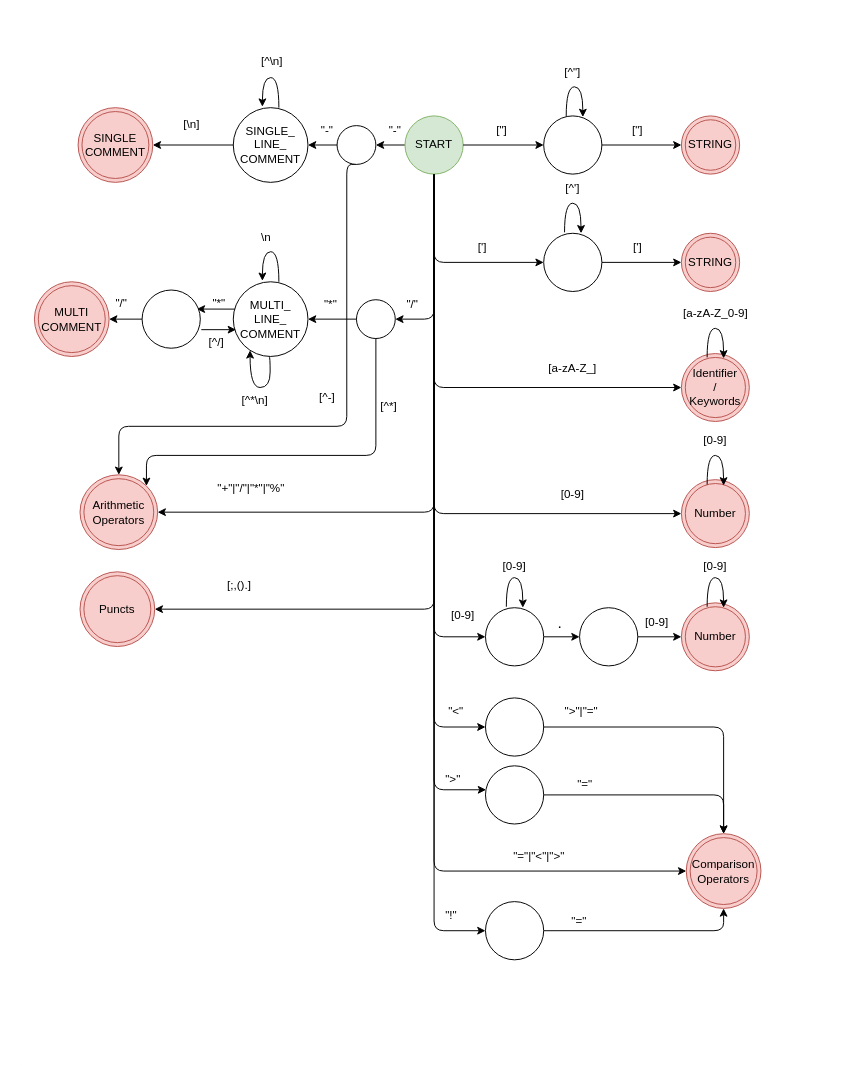
Before: diagrams/full.drawio in AmirmasoudCS/flex-sql-lexer, a draw.io diagram. Source tidied: cells renumbered, new cells numbered last; positions are measured from the earlier drawing's top-left corner, leaving out a move shared by most shapes. Both pictures are drawn from the tidied source at 97%, with x=0, y=0 at pixel (16, 18).
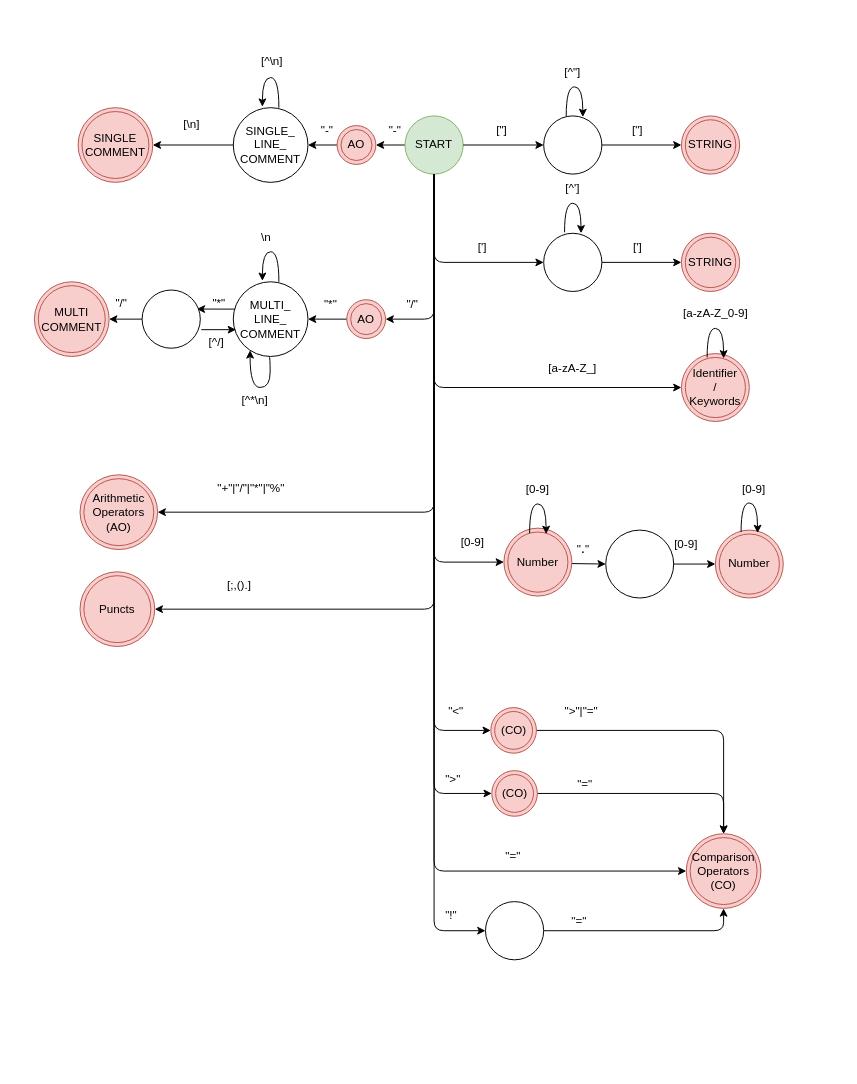
After the change.

The change refers to these unchanged cells:
```xml
<mxCell id="11" value="START" style="ellipse;whiteSpace=wrap;html=1;shapeInside=1;fillColor=#d5e8d4;strokeColor=#82b366;" parent="1" vertex="1">
  <mxGeometry x="400" y="100" width="60" height="60" as="geometry" />
</mxCell>
<mxCell id="54" value="SINGLE_&lt;br&gt;LINE_&lt;br&gt;COMMENT" style="ellipse;whiteSpace=wrap;html=1;shapeInside=1;" parent="1" vertex="1">
  <mxGeometry x="223" y="91.5" width="77" height="77" as="geometry" />
</mxCell>
<mxCell id="60" value="MULTI_&lt;br&gt;LINE_&lt;br&gt;COMMENT" style="ellipse;whiteSpace=wrap;html=1;shapeInside=1;" parent="1" vertex="1">
  <mxGeometry x="223" y="271" width="77" height="77" as="geometry" />
</mxCell>
```

Change to the diagram source:
```diff
@@
-    <mxCell id="4" style="edgeStyle=orthogonalEdgeStyle;html=1;exitX=0.5;exitY=1;exitDx=0;exitDy=0;entryX=0;entryY=0.5;entryDx=0;entryDy=0;" parent="1" edge="1" source="11" target="38">
-      <mxGeometry relative="1" as="geometry" />
-    </mxCell>
@@
-    <mxCell id="8" style="edgeStyle=orthogonalEdgeStyle;html=1;exitX=0.5;exitY=1;exitDx=0;exitDy=0;entryX=0;entryY=0.5;entryDx=0;entryDy=0;" parent="1" edge="1" source="11" target="70">
+    <mxCell id="8" style="edgeStyle=orthogonalEdgeStyle;html=1;exitX=0.5;exitY=1;exitDx=0;exitDy=0;entryX=0;entryY=0.5;entryDx=0;entryDy=0;" parent="1" edge="1" source="11" target="113">
       <mxGeometry relative="1" as="geometry" />
     </mxCell>
@@
-    <mxCell id="10" style="edgeStyle=none;html=1;exitX=0;exitY=0.5;exitDx=0;exitDy=0;entryX=1;entryY=0.5;entryDx=0;entryDy=0;" parent="1" edge="1" source="11" target="89">
-      <mxGeometry relative="1" as="geometry" />
+    <mxCell id="10" style="edgeStyle=none;html=1;exitX=0;exitY=0.5;exitDx=0;exitDy=0;entryX=1;entryY=0.5;entryDx=0;entryDy=0;" parent="1" edge="1" source="11">
+      <mxGeometry relative="1" as="geometry">
+        <mxPoint x="370" y="130" as="targetPoint" />
+      </mxGeometry>
     </mxCell>
@@
+    <mxCell id="103" style="edgeStyle=none;html=1;exitX=1;exitY=0.5;exitDx=0;exitDy=0;entryX=0;entryY=0.5;entryDx=0;entryDy=0;" parent="1" edge="1" target="107">
+      <mxGeometry relative="1" as="geometry">
+        <mxPoint x="572" y="561.5" as="sourcePoint" />
+      </mxGeometry>
+    </mxCell>
     <mxCell id="32" value="Number" style="ellipse;shape=doubleEllipse;whiteSpace=wrap;html=1;fillColor=#f8cecc;strokeColor=#b85450;" parent="1" vertex="1">
-      <mxGeometry x="685" y="475" width="70" height="70" as="geometry" />
+      <mxGeometry x="502" y="525" width="70" height="70" as="geometry" />
     </mxCell>
     <mxCell id="33" value="[0-9]" style="text;html=1;whiteSpace=wrap;strokeColor=none;fillColor=none;align=center;verticalAlign=middle;rounded=0;" parent="1" vertex="1">
-      <mxGeometry x="543" y="475" width="60" height="30" as="geometry" />
+      <mxGeometry x="440" y="525" width="60" height="30" as="geometry" />
     </mxCell>
     <mxCell id="34" style="endArrow=classic;html=1;exitX=0.387;exitY=0.006;exitDx=0;exitDy=0;exitPerimeter=0;entryX=0.673;entryY=0.019;entryDx=0;entryDy=0;entryPerimeter=0;edgeStyle=orthogonalEdgeStyle;curved=1;curveGeometry=1;innerLoopWaypoints=1;" parent="1" edge="1">
       <mxGeometry relative="1" as="geometry">
-        <mxPoint x="711.5" y="480" as="sourcePoint" />
-        <mxPoint x="728.5" y="481" as="targetPoint" />
+        <mxPoint x="528.5" y="530" as="sourcePoint" />
+        <mxPoint x="545.5" y="531" as="targetPoint" />
         <Array as="points">
-          <mxPoint x="711.7" y="450" />
-          <mxPoint x="728.9" y="450" />
+          <mxPoint x="528.7" y="500" />
+          <mxPoint x="545.9" y="500" />
         </Array>
       </mxGeometry>
     </mxCell>
     <mxCell id="35" value="[0-9]" style="text;html=1;whiteSpace=wrap;strokeColor=none;fillColor=none;align=center;verticalAlign=middle;rounded=0;" parent="1" vertex="1">
-      <mxGeometry x="690" y="420" width="60" height="30" as="geometry" />
+      <mxGeometry x="507" y="470" width="60" height="30" as="geometry" />
     </mxCell>
-    <mxCell id="36" value="Number" style="ellipse;shape=doubleEllipse;whiteSpace=wrap;html=1;fillColor=#f8cecc;strokeColor=#b85450;" parent="1" vertex="1">
-      <mxGeometry x="685" y="602" width="70" height="70" as="geometry" />
-    </mxCell>
-    <mxCell id="37" style="edgeStyle=none;html=1;exitX=1;exitY=0.5;exitDx=0;exitDy=0;entryX=0;entryY=0.5;entryDx=0;entryDy=0;" parent="1" edge="1" source="38" target="43">
-      <mxGeometry relative="1" as="geometry" />
-    </mxCell>
-    <mxCell id="38" style="ellipse;whiteSpace=wrap;html=1;shapeInside=1;" parent="1" vertex="1">
-      <mxGeometry x="483" y="607" width="60" height="60" as="geometry" />
-    </mxCell>
-    <mxCell id="39" value="[0-9]" style="text;html=1;whiteSpace=wrap;strokeColor=none;fillColor=none;align=center;verticalAlign=middle;rounded=0;" parent="1" vertex="1">
-      <mxGeometry x="430" y="600" width="60" height="30" as="geometry" />
-    </mxCell>
-    <mxCell id="40" style="endArrow=classic;html=1;exitX=0.387;exitY=0.006;exitDx=0;exitDy=0;exitPerimeter=0;entryX=0.673;entryY=0.019;entryDx=0;entryDy=0;entryPerimeter=0;edgeStyle=orthogonalEdgeStyle;curved=1;curveGeometry=1;innerLoopWaypoints=1;" parent="1" edge="1">
-      <mxGeometry relative="1" as="geometry">
-        <mxPoint x="504.5" y="606" as="sourcePoint" />
-        <mxPoint x="521.5" y="607" as="targetPoint" />
-        <Array as="points">
-          <mxPoint x="504.7" y="576" />
-          <mxPoint x="521.9" y="576" />
-        </Array>
-      </mxGeometry>
-    </mxCell>
-    <mxCell id="41" value="[0-9]" style="text;html=1;whiteSpace=wrap;strokeColor=none;fillColor=none;align=center;verticalAlign=middle;rounded=0;" parent="1" vertex="1">
-      <mxGeometry x="483" y="550" width="60" height="30" as="geometry" />
-    </mxCell>
-    <mxCell id="42" style="edgeStyle=none;html=1;exitX=1;exitY=0.5;exitDx=0;exitDy=0;entryX=0;entryY=0.5;entryDx=0;entryDy=0;" parent="1" edge="1" source="43" target="36">
-      <mxGeometry relative="1" as="geometry" />
-    </mxCell>
-    <mxCell id="43" style="ellipse;whiteSpace=wrap;html=1;shapeInside=1;" parent="1" vertex="1">
-      <mxGeometry x="580" y="607" width="60" height="60" as="geometry" />
-    </mxCell>
-    <mxCell id="44" value="&lt;font style=&quot;font-size: 16px;&quot;&gt;.&lt;/font&gt;" style="text;html=1;whiteSpace=wrap;strokeColor=none;fillColor=none;align=center;verticalAlign=middle;rounded=0;" parent="1" vertex="1">
-      <mxGeometry x="530" y="607" width="60" height="30" as="geometry" />
-    </mxCell>
-    <mxCell id="45" value="&lt;font&gt;[0-9]&lt;/font&gt;" style="text;html=1;whiteSpace=wrap;strokeColor=none;fillColor=none;align=center;verticalAlign=middle;rounded=0;" parent="1" vertex="1">
-      <mxGeometry x="630" y="607" width="60" height="30" as="geometry" />
-    </mxCell>
-    <mxCell id="46" style="endArrow=classic;html=1;exitX=0.387;exitY=0.006;exitDx=0;exitDy=0;exitPerimeter=0;entryX=0.673;entryY=0.019;entryDx=0;entryDy=0;entryPerimeter=0;edgeStyle=orthogonalEdgeStyle;curved=1;curveGeometry=1;innerLoopWaypoints=1;" parent="1" edge="1">
-      <mxGeometry relative="1" as="geometry">
-        <mxPoint x="711.5" y="606" as="sourcePoint" />
-        <mxPoint x="728.5" y="607" as="targetPoint" />
-        <Array as="points">
-          <mxPoint x="711.7" y="576" />
-          <mxPoint x="728.9" y="576" />
-        </Array>
-      </mxGeometry>
-    </mxCell>
-    <mxCell id="47" value="[0-9]" style="text;html=1;whiteSpace=wrap;strokeColor=none;fillColor=none;align=center;verticalAlign=middle;rounded=0;" parent="1" vertex="1">
-      <mxGeometry x="690" y="550" width="60" height="30" as="geometry" />
-    </mxCell>
-    <mxCell id="48" value="Comparison&lt;div&gt;Operators&lt;/div&gt;" style="ellipse;shape=doubleEllipse;whiteSpace=wrap;html=1;fillColor=#f8cecc;strokeColor=#b85450;" parent="1" vertex="1">
+    <mxCell id="48" value="Comparison&lt;div&gt;Operators&lt;br&gt;(CO)&lt;/div&gt;" style="ellipse;shape=doubleEllipse;whiteSpace=wrap;html=1;fillColor=#f8cecc;strokeColor=#b85450;" parent="1" vertex="1">
       <mxGeometry x="690" y="840" width="77" height="77" as="geometry" />
     </mxCell>
-    <mxCell id="49" value="Arithmetic&lt;div&gt;Operators&lt;/div&gt;" style="ellipse;shape=doubleEllipse;whiteSpace=wrap;html=1;fillColor=#f8cecc;strokeColor=#b85450;" parent="1" vertex="1">
+    <mxCell id="49" value="Arithmetic&lt;div&gt;Operators&lt;br&gt;(AO)&lt;/div&gt;" style="ellipse;shape=doubleEllipse;whiteSpace=wrap;html=1;fillColor=#f8cecc;strokeColor=#b85450;" parent="1" vertex="1">
       <mxGeometry x="65" y="470" width="80" height="77" as="geometry" />
     </mxCell>
@@
-    <mxCell id="68" value="&quot;=&quot;|&quot;&lt;&quot;|&quot;&gt;&quot;" style="text;whiteSpace=wrap;" parent="1" vertex="1">
-      <mxGeometry x="510" y="850" width="160" height="40" as="geometry" />
+    <mxCell id="68" value="&quot;=&quot;" style="text;whiteSpace=wrap;" parent="1" vertex="1">
+      <mxGeometry x="502" y="850" width="20" height="20" as="geometry" />
     </mxCell>
-    <mxCell id="69" style="edgeStyle=orthogonalEdgeStyle;html=1;exitX=1;exitY=0.5;exitDx=0;exitDy=0;entryX=0.5;entryY=0;entryDx=0;entryDy=0;" parent="1" edge="1" source="70" target="48">
+    <mxCell id="69" style="edgeStyle=orthogonalEdgeStyle;html=1;exitX=1;exitY=0.5;exitDx=0;exitDy=0;entryX=0.5;entryY=0;entryDx=0;entryDy=0;" parent="1" edge="1" source="113" target="48">
       <mxGeometry relative="1" as="geometry" />
     </mxCell>
-    <mxCell id="70" style="ellipse;whiteSpace=wrap;html=1;shapeInside=1;" parent="1" vertex="1">
-      <mxGeometry x="483" y="700" width="60" height="60" as="geometry" />
-    </mxCell>
@@
-    <mxCell id="73" style="edgeStyle=orthogonalEdgeStyle;html=1;exitX=1;exitY=0.5;exitDx=0;exitDy=0;entryX=0.5;entryY=0;entryDx=0;entryDy=0;" parent="1" edge="1" source="74" target="48">
+    <mxCell id="73" style="edgeStyle=orthogonalEdgeStyle;html=1;exitX=1;exitY=0.5;exitDx=0;exitDy=0;entryX=0.5;entryY=0;entryDx=0;entryDy=0;" parent="1" edge="1" source="112" target="48">
       <mxGeometry relative="1" as="geometry" />
     </mxCell>
-    <mxCell id="74" style="ellipse;whiteSpace=wrap;html=1;shapeInside=1;" parent="1" vertex="1">
-      <mxGeometry x="483" y="770" width="60" height="60" as="geometry" />
-    </mxCell>
-    <mxCell id="75" style="edgeStyle=orthogonalEdgeStyle;html=1;exitX=0.5;exitY=1;exitDx=0;exitDy=0;entryX=0.01;entryY=0.412;entryDx=0;entryDy=0;entryPerimeter=0;" parent="1" edge="1" source="11" target="74">
+    <mxCell id="75" style="edgeStyle=orthogonalEdgeStyle;html=1;exitX=0.5;exitY=1;exitDx=0;exitDy=0;entryX=0;entryY=0.5;entryDx=0;entryDy=0;" parent="1" edge="1" source="11" target="112">
       <mxGeometry relative="1" as="geometry" />
     </mxCell>
@@
-    <mxCell id="87" style="edgeStyle=none;html=1;exitX=0;exitY=0.5;exitDx=0;exitDy=0;entryX=1;entryY=0.5;entryDx=0;entryDy=0;" parent="1" edge="1" source="89" target="54">
-      <mxGeometry relative="1" as="geometry" />
+    <mxCell id="87" style="edgeStyle=none;html=1;exitX=0;exitY=0.5;exitDx=0;exitDy=0;entryX=1;entryY=0.5;entryDx=0;entryDy=0;" parent="1" edge="1" target="54">
+      <mxGeometry relative="1" as="geometry">
+        <mxPoint x="330" y="130" as="sourcePoint" />
+      </mxGeometry>
     </mxCell>
-    <mxCell id="88" style="edgeStyle=orthogonalEdgeStyle;html=1;exitX=0.5;exitY=1;exitDx=0;exitDy=0;entryX=0.5;entryY=0;entryDx=0;entryDy=0;" parent="1" edge="1" source="89" target="49">
-      <mxGeometry relative="1" as="geometry">
-        <Array as="points">
-          <mxPoint x="340" y="150" />
-          <mxPoint x="340" y="420" />
-          <mxPoint x="105" y="420" />
-        </Array>
-      </mxGeometry>
-    </mxCell>
-    <mxCell id="89" style="ellipse;whiteSpace=wrap;html=1;shapeInside=1;" parent="1" vertex="1">
-      <mxGeometry x="330" y="110" width="40" height="40" as="geometry" />
-    </mxCell>
@@
-    <mxCell id="92" value="[^-]" style="text;html=1;whiteSpace=wrap;strokeColor=none;fillColor=none;align=center;verticalAlign=middle;rounded=0;" parent="1" vertex="1">
-      <mxGeometry x="300" y="380" width="40" height="20.5" as="geometry" />
-    </mxCell>
-    <mxCell id="93" style="edgeStyle=none;html=1;exitX=0;exitY=0.5;exitDx=0;exitDy=0;entryX=1;entryY=0.5;entryDx=0;entryDy=0;" parent="1" edge="1" source="95" target="60">
-      <mxGeometry relative="1" as="geometry" />
+    <mxCell id="93" style="edgeStyle=none;html=1;exitX=0;exitY=0.5;exitDx=0;exitDy=0;entryX=1;entryY=0.5;entryDx=0;entryDy=0;" parent="1" edge="1" target="60">
+      <mxGeometry relative="1" as="geometry">
+        <mxPoint x="350" y="309.5" as="sourcePoint" />
+      </mxGeometry>
     </mxCell>
-    <mxCell id="94" style="edgeStyle=orthogonalEdgeStyle;html=1;exitX=0.5;exitY=1;exitDx=0;exitDy=0;entryX=1;entryY=0;entryDx=0;entryDy=0;" parent="1" edge="1" source="95" target="49">
-      <mxGeometry relative="1" as="geometry">
-        <Array as="points">
-          <mxPoint x="370" y="450" />
-          <mxPoint x="133.5" y="450" />
-        </Array>
-      </mxGeometry>
-    </mxCell>
-    <mxCell id="95" style="ellipse;whiteSpace=wrap;html=1;shapeInside=1;" parent="1" vertex="1">
-      <mxGeometry x="350" y="289.5" width="40" height="40" as="geometry" />
-    </mxCell>
-    <mxCell id="96" style="edgeStyle=orthogonalEdgeStyle;html=1;exitX=0.5;exitY=1;exitDx=0;exitDy=0;entryX=1;entryY=0.5;entryDx=0;entryDy=0;" parent="1" edge="1" source="11" target="95">
+    <mxCell id="96" style="edgeStyle=orthogonalEdgeStyle;html=1;exitX=0.5;exitY=1;exitDx=0;exitDy=0;entryX=1;entryY=0.5;entryDx=0;entryDy=0;" parent="1" edge="1" source="11" target="105">
       <mxGeometry relative="1" as="geometry" />
     </mxCell>
@@
-    <mxCell id="98" value="[^*]" style="text;html=1;whiteSpace=wrap;strokeColor=none;fillColor=none;align=center;verticalAlign=middle;rounded=0;" parent="1" vertex="1">
-      <mxGeometry x="370" y="389.8" width="27" height="20.5" as="geometry" />
-    </mxCell>
@@
+    <mxCell id="104" value="AO" style="ellipse;shape=doubleEllipse;whiteSpace=wrap;html=1;fillColor=#f8cecc;strokeColor=#b85450;" parent="1" vertex="1">
+      <mxGeometry x="330" y="110" width="40" height="40" as="geometry" />
+    </mxCell>
+    <mxCell id="105" value="AO" style="ellipse;shape=doubleEllipse;whiteSpace=wrap;html=1;fillColor=#f8cecc;strokeColor=#b85450;" parent="1" vertex="1">
+      <mxGeometry x="340" y="289.5" width="40" height="40" as="geometry" />
+    </mxCell>
+    <mxCell id="106" style="edgeStyle=none;html=1;exitX=1;exitY=0.5;exitDx=0;exitDy=0;entryX=0;entryY=0.5;entryDx=0;entryDy=0;" parent="1" edge="1" source="107" target="36">
+      <mxGeometry relative="1" as="geometry" />
+    </mxCell>
+    <mxCell id="107" style="ellipse;whiteSpace=wrap;html=1;shapeInside=1;" parent="1" vertex="1">
+      <mxGeometry x="607" y="527" width="70" height="70" as="geometry" />
+    </mxCell>
+    <mxCell id="108" value="&quot;&lt;font style=&quot;font-size: 16px;&quot;&gt;.&lt;/font&gt;&quot;" style="text;html=1;whiteSpace=wrap;strokeColor=none;fillColor=none;align=center;verticalAlign=middle;rounded=0;" parent="1" vertex="1">
+      <mxGeometry x="553.5" y="530" width="60" height="30" as="geometry" />
+    </mxCell>
+    <mxCell id="36" value="Number" style="ellipse;shape=doubleEllipse;whiteSpace=wrap;html=1;fillColor=#f8cecc;strokeColor=#b85450;" parent="1" vertex="1">
+      <mxGeometry x="720" y="527" width="70" height="70" as="geometry" />
+    </mxCell>
+    <mxCell id="109" value="[0-9]" style="text;html=1;whiteSpace=wrap;strokeColor=none;fillColor=none;align=center;verticalAlign=middle;rounded=0;" parent="1" vertex="1">
+      <mxGeometry x="660" y="527" width="60" height="30" as="geometry" />
+    </mxCell>
+    <mxCell id="110" style="endArrow=classic;html=1;exitX=0.387;exitY=0.006;exitDx=0;exitDy=0;exitPerimeter=0;entryX=0.673;entryY=0.019;entryDx=0;entryDy=0;entryPerimeter=0;edgeStyle=orthogonalEdgeStyle;curved=1;curveGeometry=1;innerLoopWaypoints=1;" parent="1" edge="1">
+      <mxGeometry relative="1" as="geometry">
+        <mxPoint x="746.5" y="529" as="sourcePoint" />
+        <mxPoint x="763.5" y="530" as="targetPoint" />
+        <Array as="points">
+          <mxPoint x="746.7" y="499" />
+          <mxPoint x="763.9" y="499" />
+        </Array>
+      </mxGeometry>
+    </mxCell>
+    <mxCell id="111" value="[0-9]" style="text;html=1;whiteSpace=wrap;strokeColor=none;fillColor=none;align=center;verticalAlign=middle;rounded=0;" parent="1" vertex="1">
+      <mxGeometry x="730" y="470" width="60" height="30" as="geometry" />
+    </mxCell>
+    <mxCell id="112" value="(CO)" style="ellipse;shape=doubleEllipse;whiteSpace=wrap;html=1;fillColor=#f8cecc;strokeColor=#b85450;" parent="1" vertex="1">
+      <mxGeometry x="489.5" y="775" width="47" height="47" as="geometry" />
+    </mxCell>
+    <mxCell id="113" value="(CO)" style="ellipse;shape=doubleEllipse;whiteSpace=wrap;html=1;fillColor=#f8cecc;strokeColor=#b85450;" parent="1" vertex="1">
+      <mxGeometry x="488.5" y="710" width="47" height="47" as="geometry" />
+    </mxCell>
```
